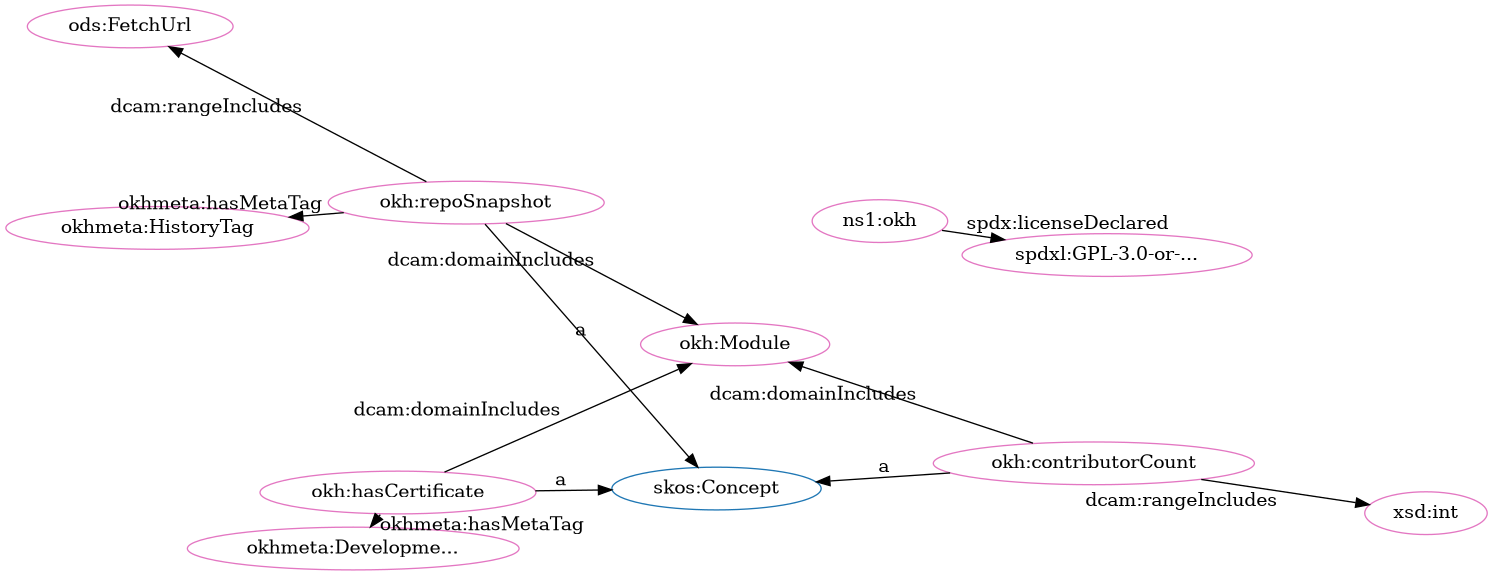
Before: src/spec/fdp_okh_proposed-clean.png, a diagram exported from Graphviz (iop-alliance/OpenKnowHow). Its source is kept beside it as src/spec/fdp_okh_proposed-clean.dot. Source of this version:
```dot
digraph G {
  rankdir=BT
  node[height=.3]
"http://www.w3.org/2004/02/skos/core#Concept" [fillcolor="#1f77b4" color="#1f77b4" label="skos:Concept"]
"http://w3id.org/oseg/ont/okh#repoSnapshot" [fillcolor="#e377c2" color="#e377c2" label="okh:repoSnapshot"]
"http://w3id.org/oseg/ont/okh" [fillcolor="#e377c2" color="#e377c2" label="ns1:okh"]
"http://w3id.org/oseg/ont/okh#Module" [fillcolor="#e377c2" color="#e377c2" label="okh:Module"]
"http://w3id.org/oseg/ont/okhmeta#HistoryTag" [fillcolor="#e377c2" color="#e377c2" label="okhmeta:HistoryTag"]
"http://spdx.org/licenses/GPL-3.0-or-later" [fillcolor="#e377c2" color="#e377c2" label="spdxl:GPL-3.0-or-..."]
"http://w3id.org/oseg/ont/okh#hasCertificate" [fillcolor="#e377c2" color="#e377c2" label="okh:hasCertificate"]
"http://w3id.org/oseg/ont/okh#contributorCount" [fillcolor="#e377c2" color="#e377c2" label="okh:contributorCount"]
"http://w3id.org/oseg/ont/okhmeta#DevelopmentTag" [fillcolor="#e377c2" color="#e377c2" label="okhmeta:Developme..."]
"http://www.w3.org/2001/XMLSchema#int" [fillcolor="#e377c2" color="#e377c2" label="xsd:int"]
"http://w3id.org/oseg/ont/ods#FetchUrl" [fillcolor="#e377c2" color="#e377c2" label="ods:FetchUrl"]
  "http://w3id.org/oseg/ont/okh#hasCertificate" -> "http://w3id.org/oseg/ont/okh#Module" [label="dcam:domainIncludes"]
  "http://w3id.org/oseg/ont/okh#hasCertificate" -> "http://www.w3.org/2004/02/skos/core#Concept" [label="a"]
  "http://w3id.org/oseg/ont/okh#repoSnapshot" -> "http://w3id.org/oseg/ont/okh#Module" [label="dcam:domainIncludes"]
  "http://w3id.org/oseg/ont/okh#contributorCount" -> "http://www.w3.org/2001/XMLSchema#int" [label="dcam:rangeIncludes"]
  "http://w3id.org/oseg/ont/okh#repoSnapshot" -> "http://www.w3.org/2004/02/skos/core#Concept" [label="a"]
  "http://w3id.org/oseg/ont/okh#repoSnapshot" -> "http://w3id.org/oseg/ont/okhmeta#HistoryTag" [label="okhmeta:hasMetaTag"]
  "http://w3id.org/oseg/ont/okh#contributorCount" -> "http://w3id.org/oseg/ont/okh#Module" [label="dcam:domainIncludes"]
  "http://w3id.org/oseg/ont/okh" -> "http://spdx.org/licenses/GPL-3.0-or-later" [label="spdx:licenseDeclared"]
  "http://w3id.org/oseg/ont/okh#hasCertificate" -> "http://w3id.org/oseg/ont/okhmeta#DevelopmentTag" [label="okhmeta:hasMetaTag"]
  "http://w3id.org/oseg/ont/okh#contributorCount" -> "http://www.w3.org/2004/02/skos/core#Concept" [label="a"]
  "http://w3id.org/oseg/ont/okh#repoSnapshot" -> "http://w3id.org/oseg/ont/ods#FetchUrl" [label="dcam:rangeIncludes"]
}
```
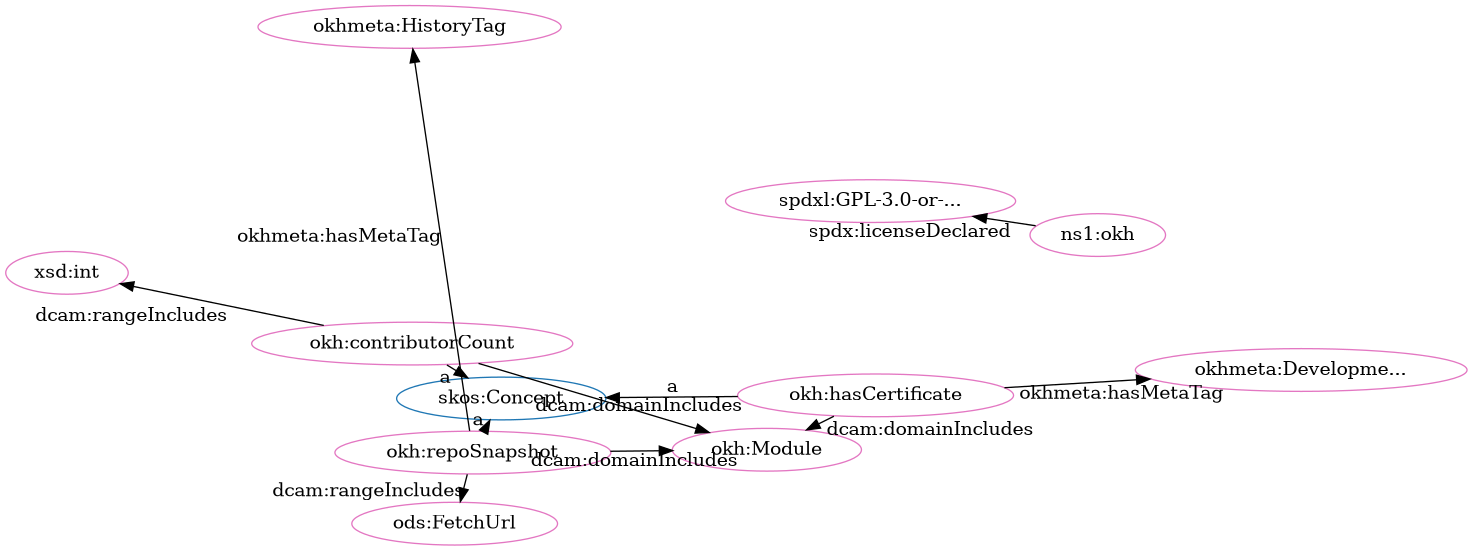
After the change.

Change to the diagram source:
```diff
@@ -2,25 +2,25 @@
   rankdir=BT
   node[height=.3]
 "http://www.w3.org/2004/02/skos/core#Concept" [fillcolor="#1f77b4" color="#1f77b4" label="skos:Concept"]
+"http://w3id.org/oseg/ont/okh#Module" [fillcolor="#e377c2" color="#e377c2" label="okh:Module"]
+"http://w3id.org/oseg/ont/okhmeta#DevelopmentTag" [fillcolor="#e377c2" color="#e377c2" label="okhmeta:Developme..."]
+"http://w3id.org/oseg/ont/okh#contributorCount" [fillcolor="#e377c2" color="#e377c2" label="okh:contributorCount"]
 "http://w3id.org/oseg/ont/okh#repoSnapshot" [fillcolor="#e377c2" color="#e377c2" label="okh:repoSnapshot"]
+"http://w3id.org/oseg/ont/okh#hasCertificate" [fillcolor="#e377c2" color="#e377c2" label="okh:hasCertificate"]
+"http://spdx.org/licenses/GPL-3.0-or-later" [fillcolor="#e377c2" color="#e377c2" label="spdxl:GPL-3.0-or-..."]
+"http://w3id.org/oseg/ont/ods#FetchUrl" [fillcolor="#e377c2" color="#e377c2" label="ods:FetchUrl"]
 "http://w3id.org/oseg/ont/okh" [fillcolor="#e377c2" color="#e377c2" label="ns1:okh"]
-"http://w3id.org/oseg/ont/okh#Module" [fillcolor="#e377c2" color="#e377c2" label="okh:Module"]
 "http://w3id.org/oseg/ont/okhmeta#HistoryTag" [fillcolor="#e377c2" color="#e377c2" label="okhmeta:HistoryTag"]
-"http://spdx.org/licenses/GPL-3.0-or-later" [fillcolor="#e377c2" color="#e377c2" label="spdxl:GPL-3.0-or-..."]
-"http://w3id.org/oseg/ont/okh#hasCertificate" [fillcolor="#e377c2" color="#e377c2" label="okh:hasCertificate"]
-"http://w3id.org/oseg/ont/okh#contributorCount" [fillcolor="#e377c2" color="#e377c2" label="okh:contributorCount"]
-"http://w3id.org/oseg/ont/okhmeta#DevelopmentTag" [fillcolor="#e377c2" color="#e377c2" label="okhmeta:Developme..."]
 "http://www.w3.org/2001/XMLSchema#int" [fillcolor="#e377c2" color="#e377c2" label="xsd:int"]
-"http://w3id.org/oseg/ont/ods#FetchUrl" [fillcolor="#e377c2" color="#e377c2" label="ods:FetchUrl"]
   "http://w3id.org/oseg/ont/okh#hasCertificate" -> "http://w3id.org/oseg/ont/okh#Module" [label="dcam:domainIncludes"]
+  "http://w3id.org/oseg/ont/okh#contributorCount" -> "http://www.w3.org/2004/02/skos/core#Concept" [label="a"]
+  "http://w3id.org/oseg/ont/okh" -> "http://spdx.org/licenses/GPL-3.0-or-later" [label="spdx:licenseDeclared"]
+  "http://w3id.org/oseg/ont/okh#repoSnapshot" -> "http://w3id.org/oseg/ont/ods#FetchUrl" [label="dcam:rangeIncludes"]
+  "http://w3id.org/oseg/ont/okh#contributorCount" -> "http://w3id.org/oseg/ont/okh#Module" [label="dcam:domainIncludes"]
+  "http://w3id.org/oseg/ont/okh#hasCertificate" -> "http://w3id.org/oseg/ont/okhmeta#DevelopmentTag" [label="okhmeta:hasMetaTag"]
+  "http://w3id.org/oseg/ont/okh#repoSnapshot" -> "http://www.w3.org/2004/02/skos/core#Concept" [label="a"]
   "http://w3id.org/oseg/ont/okh#hasCertificate" -> "http://www.w3.org/2004/02/skos/core#Concept" [label="a"]
   "http://w3id.org/oseg/ont/okh#repoSnapshot" -> "http://w3id.org/oseg/ont/okh#Module" [label="dcam:domainIncludes"]
+  "http://w3id.org/oseg/ont/okh#repoSnapshot" -> "http://w3id.org/oseg/ont/okhmeta#HistoryTag" [label="okhmeta:hasMetaTag"]
   "http://w3id.org/oseg/ont/okh#contributorCount" -> "http://www.w3.org/2001/XMLSchema#int" [label="dcam:rangeIncludes"]
-  "http://w3id.org/oseg/ont/okh#repoSnapshot" -> "http://www.w3.org/2004/02/skos/core#Concept" [label="a"]
-  "http://w3id.org/oseg/ont/okh#repoSnapshot" -> "http://w3id.org/oseg/ont/okhmeta#HistoryTag" [label="okhmeta:hasMetaTag"]
-  "http://w3id.org/oseg/ont/okh#contributorCount" -> "http://w3id.org/oseg/ont/okh#Module" [label="dcam:domainIncludes"]
-  "http://w3id.org/oseg/ont/okh" -> "http://spdx.org/licenses/GPL-3.0-or-later" [label="spdx:licenseDeclared"]
-  "http://w3id.org/oseg/ont/okh#hasCertificate" -> "http://w3id.org/oseg/ont/okhmeta#DevelopmentTag" [label="okhmeta:hasMetaTag"]
-  "http://w3id.org/oseg/ont/okh#contributorCount" -> "http://www.w3.org/2004/02/skos/core#Concept" [label="a"]
-  "http://w3id.org/oseg/ont/okh#repoSnapshot" -> "http://w3id.org/oseg/ont/ods#FetchUrl" [label="dcam:rangeIncludes"]
 }
```
